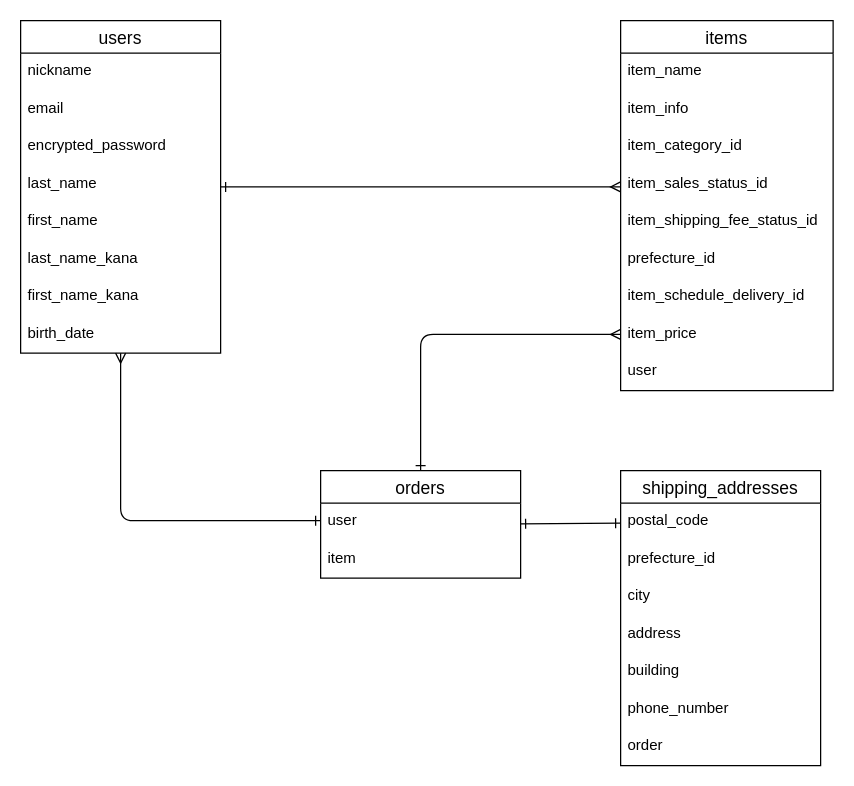
The draw.io diagram er.dio in yuhorn/furima-38660, before the edit. Source tidied: cells renumbered, new cells numbered last; positions are measured from the earlier drawing's top-left corner, leaving out a move shared by most shapes. Both pictures are drawn from the tidied source at 125%, with x=0, y=0 at pixel (20, 20).
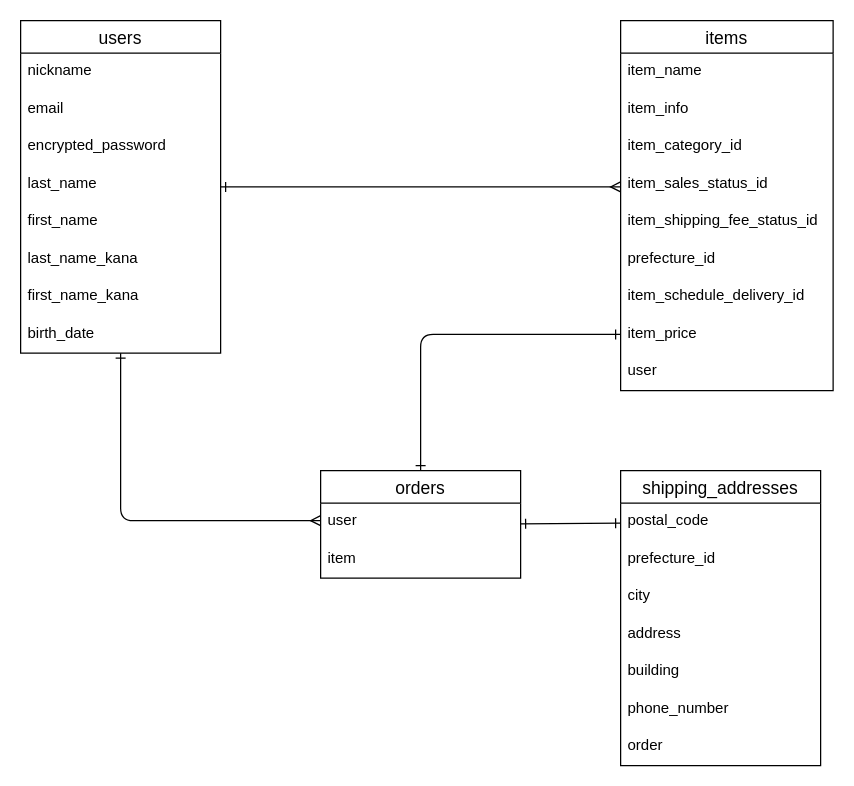
The same page after the edit.

Commit message:
レビュー後修正４

Unchanged cells that the change refers to:
```xml
<mxCell id="3" value="users" style="swimlane;fontStyle=0;horizontal=1;startSize=26;align=center;fontSize=14;labelBackgroundColor=default;labelBorderColor=none;swimlaneFillColor=default;" parent="1" vertex="1">
  <mxGeometry width="160" height="266" as="geometry" />
</mxCell>
<mxCell id="20" value="item_price" style="text;strokeColor=none;fillColor=none;spacingLeft=4;spacingRight=4;overflow=hidden;points=[[0,0.5],[1,0.5]];portConstraint=eastwest;fontSize=12;" parent="12" vertex="1">
  <mxGeometry y="236" width="170" height="30" as="geometry" />
</mxCell>
<mxCell id="23" value="orders" style="swimlane;fontStyle=0;horizontal=1;startSize=26;align=center;fontSize=14;labelBackgroundColor=default;labelBorderColor=none;swimlaneFillColor=default;" parent="1" vertex="1">
  <mxGeometry x="240" y="360" width="160" height="86" as="geometry" />
</mxCell>
<mxCell id="24" value="user" style="text;strokeColor=none;fillColor=none;spacingLeft=4;spacingRight=4;overflow=hidden;points=[[0,0.5],[1,0.5]];portConstraint=eastwest;fontSize=12;" parent="23" vertex="1">
  <mxGeometry y="26" width="160" height="30" as="geometry" />
</mxCell>
```

Change to the diagram source:
```diff
@@
-    <mxCell id="22" style="edgeStyle=orthogonalEdgeStyle;html=1;startArrow=ERone;startFill=0;endArrow=ERmany;endFill=0;" parent="1" edge="1" source="23" target="20">
+    <mxCell id="22" style="edgeStyle=orthogonalEdgeStyle;html=1;startArrow=ERone;startFill=0;endArrow=ERone;endFill=0;" parent="1" edge="1" source="23" target="20">
       <mxGeometry relative="1" as="geometry" />
     </mxCell>
@@
-    <mxCell id="35" style="edgeStyle=orthogonalEdgeStyle;html=1;endArrow=ERmany;endFill=0;startArrow=ERone;startFill=0;exitX=0;exitY=0.467;exitDx=0;exitDy=0;exitPerimeter=0;" parent="1" edge="1" source="24" target="3">
+    <mxCell id="35" style="edgeStyle=orthogonalEdgeStyle;html=1;endArrow=ERone;endFill=0;startArrow=ERmany;startFill=0;exitX=0;exitY=0.467;exitDx=0;exitDy=0;exitPerimeter=0;" parent="1" edge="1" source="24" target="3">
       <mxGeometry relative="1" as="geometry" />
     </mxCell>
```
